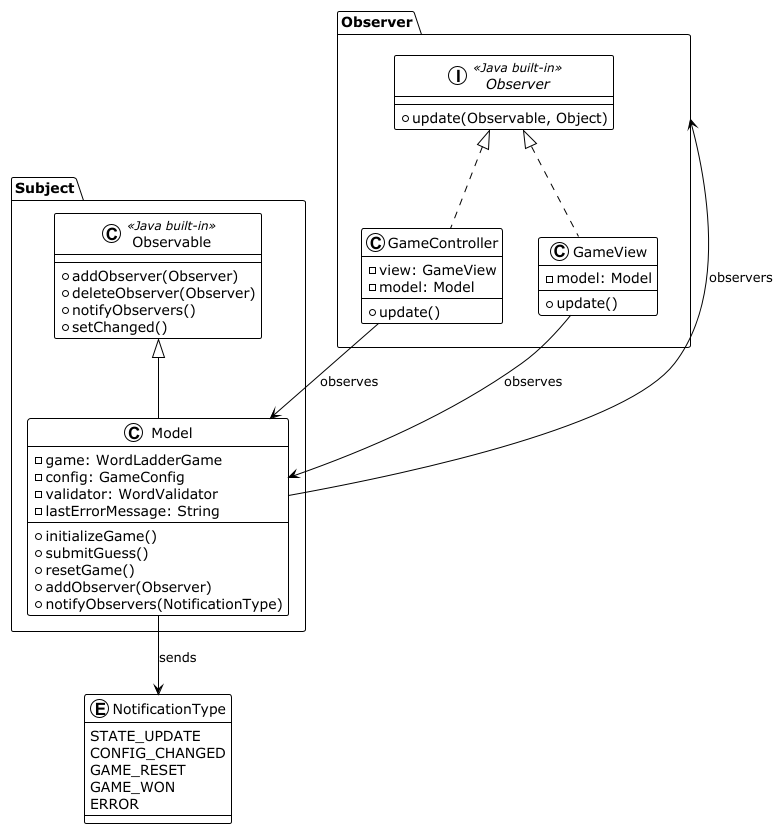
Above: src/main/class_diagram.png in Marshallwe/The-AOOP (PlantUML), before the change. The source it was exported from:
```plantuml
@startuml
!theme plain

package Subject {
class Observable <<Java built-in>> {
    + addObserver(Observer)
    + deleteObserver(Observer)
    + notifyObservers()
    + setChanged()
}

class Model {
    - game: WordLadderGame
    - config: GameConfig
    - validator: WordValidator
    - lastErrorMessage: String
    + initializeGame()
    + submitGuess()
    + resetGame()
    + addObserver(Observer)
    + notifyObservers(NotificationType)
}

Observable <|-- Model
}

package Observer {
interface Observer <<Java built-in>> {
    + update(Observable, Object)
}

class GameController {
    - view: GameView
    - model: Model
    + update()
}

class GameView {
    - model: Model
    + update()
}

Observer <|.. GameController
Observer <|.. GameView
}

Model --> Observer : observers
Model --> NotificationType : sends
GameController --> Model : observes
GameView --> Model : observes

enum NotificationType {
    STATE_UPDATE
    CONFIG_CHANGED
    GAME_RESET
    GAME_WON
    ERROR
}

@enduml
```
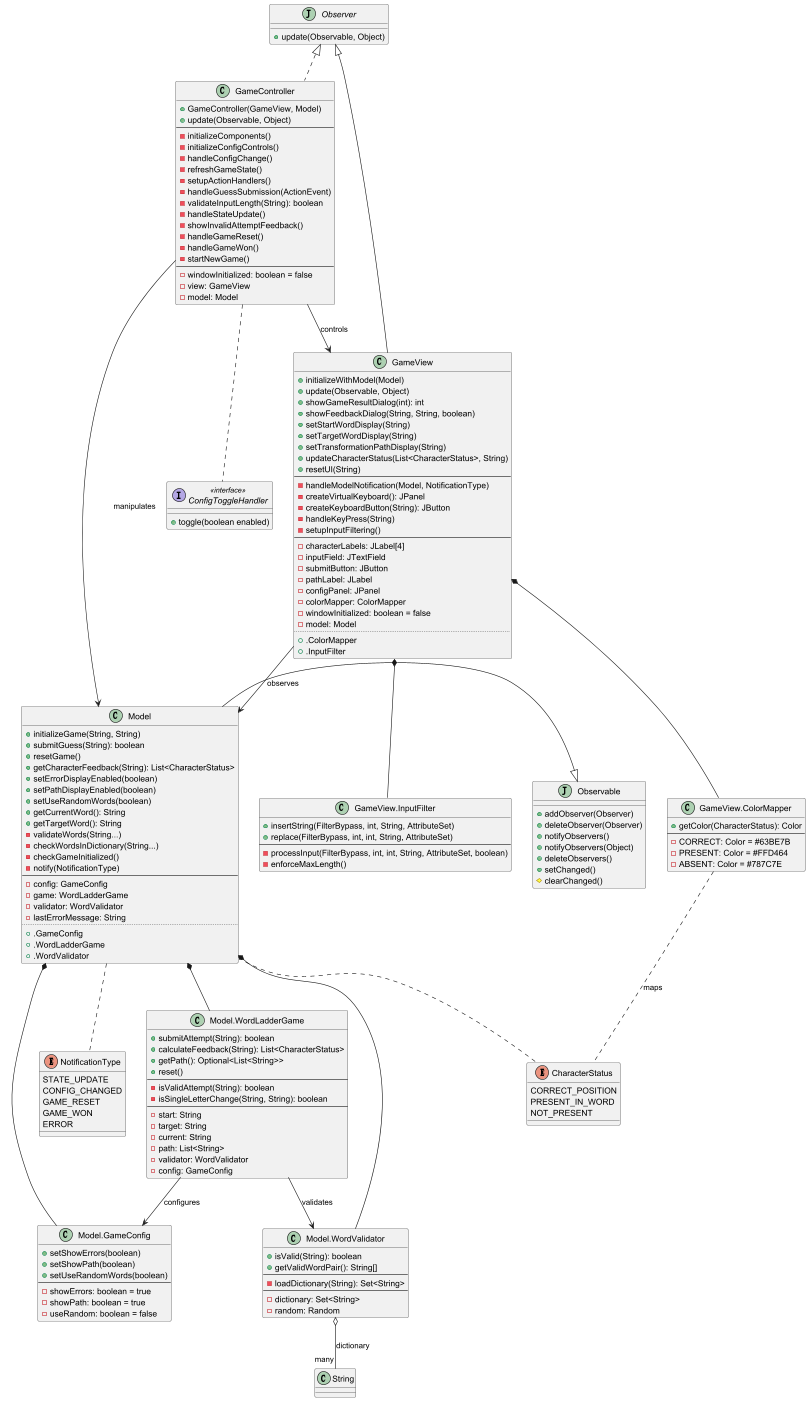
Above is the later version.

Commit message:
class diagram

Diff of the diagram source:
```diff
@@ -1,53 +1,169 @@
 @startuml
-!theme plain
-
-package Subject {
-class Observable <<Java built-in>> {
+class Observable <<(J,#ADD1B2)>> {
     + addObserver(Observer)
     + deleteObserver(Observer)
     + notifyObservers()
+    + notifyObservers(Object)
+    + deleteObservers()
     + setChanged()
+    # clearChanged()
+}
+
+interface Observer <<(J,#ADD1B2)>> {
+    + update(Observable, Object)
 }
 
 class Model {
+    + initializeGame(String, String)
+    + submitGuess(String): boolean
+    + resetGame()
+    + getCharacterFeedback(String): List<CharacterStatus>
+    + setErrorDisplayEnabled(boolean)
+    + setPathDisplayEnabled(boolean)
+    + setUseRandomWords(boolean)
+    + getCurrentWord(): String
+    + getTargetWord(): String
+    - validateWords(String...)
+    - checkWordsInDictionary(String...)
+    - checkGameInitialized()
+    - notify(NotificationType)
+    --
+    - config: GameConfig
     - game: WordLadderGame
-    - config: GameConfig
     - validator: WordValidator
     - lastErrorMessage: String
-    + initializeGame()
-    + submitGuess()
-    + resetGame()
-    + addObserver(Observer)
-    + notifyObservers(NotificationType)
+    ..
+    + .GameConfig
+    + .WordLadderGame
+    + .WordValidator
 }
 
-Observable <|-- Model
+class "Model.GameConfig" as Model_GameConfig {
+    + setShowErrors(boolean)
+    + setShowPath(boolean)
+    + setUseRandomWords(boolean)
+    --
+    - showErrors: boolean = true
+    - showPath: boolean = true
+    - useRandom: boolean = false
 }
 
-package Observer {
-interface Observer <<Java built-in>> {
-    + update(Observable, Object)
+class "Model.WordLadderGame" as Model_WordLadderGame {
+    + submitAttempt(String): boolean
+    + calculateFeedback(String): List<CharacterStatus>
+    + getPath(): Optional<List<String>>
+    + reset()
+    --
+    - isValidAttempt(String): boolean
+    - isSingleLetterChange(String, String): boolean
+    --
+    - start: String
+    - target: String
+    - current: String
+    - path: List<String>
+    - validator: WordValidator
+    - config: GameConfig
 }
 
+class "Model.WordValidator" as Model_WordValidator {
+    + isValid(String): boolean
+    + getValidWordPair(): String[]
+    --
+    - loadDictionary(String): Set<String>
+    --
+    - dictionary: Set<String>
+    - random: Random
+}
+
+Model -|> Observable
+Model *-- Model_GameConfig
+Model *-- Model_WordLadderGame
+Model *-- Model_WordValidator
+
 class GameController {
+    + GameController(GameView, Model)
+    + update(Observable, Object)
+    --
+    - initializeComponents()
+    - initializeConfigControls()
+    - handleConfigChange()
+    - refreshGameState()
+    - setupActionHandlers()
+    - handleGuessSubmission(ActionEvent)
+    - validateInputLength(String): boolean
+    - handleStateUpdate()
+    - showInvalidAttemptFeedback()
+    - handleGameReset()
+    - handleGameWon()
+    - startNewGame()
+    --
+    - windowInitialized: boolean = false
     - view: GameView
     - model: Model
-    + update()
 }
 
-class GameView {
-    - model: Model
-    + update()
+interface ConfigToggleHandler <<interface>> {
+    + toggle(boolean enabled)
 }
 
-Observer <|.. GameController
-Observer <|.. GameView
+GameController .up.|> Observer
+GameController .. ConfigToggleHandler
+
+class GameView {
+    + initializeWithModel(Model)
+    + update(Observable, Object)
+    + showGameResultDialog(int): int
+    + showFeedbackDialog(String, String, boolean)
+    + setStartWordDisplay(String)
+    + setTargetWordDisplay(String)
+    + setTransformationPathDisplay(String)
+    + updateCharacterStatus(List<CharacterStatus>, String)
+    + resetUI(String)
+    --
+    - handleModelNotification(Model, NotificationType)
+    - createVirtualKeyboard(): JPanel
+    - createKeyboardButton(String): JButton
+    - handleKeyPress(String)
+    - setupInputFiltering()
+    --
+    - characterLabels: JLabel[4]
+    - inputField: JTextField
+    - submitButton: JButton
+    - pathLabel: JLabel
+    - configPanel: JPanel
+    - colorMapper: ColorMapper
+    - windowInitialized: boolean = false
+    - model: Model
+    ..
+    + .ColorMapper
+    + .InputFilter
 }
 
-Model --> Observer : observers
-Model --> NotificationType : sends
-GameController --> Model : observes
-GameView --> Model : observes
+class "GameView.ColorMapper" as GameView_ColorMapper {
+    + getColor(CharacterStatus): Color
+    --
+    - CORRECT: Color = #63BE7B
+    - PRESENT: Color = #FFD464
+    - ABSENT: Color = #787C7E
+}
+
+class "GameView.InputFilter" as GameView_InputFilter {
+    + insertString(FilterBypass, int, String, AttributeSet)
+    + replace(FilterBypass, int, int, String, AttributeSet)
+    --
+    - processInput(FilterBypass, int, int, String, AttributeSet, boolean)
+    - enforceMaxLength()
+}
+
+GameView -|> Observer
+GameView *-- GameView_ColorMapper
+GameView *-- GameView_InputFilter
+
+enum CharacterStatus {
+    CORRECT_POSITION
+    PRESENT_IN_WORD
+    NOT_PRESENT
+}
 
 enum NotificationType {
     STATE_UPDATE
@@ -57,4 +173,16 @@
     ERROR
 }
 
+Model .. CharacterStatus
+Model .. NotificationType
+
+GameController --> GameView : controls
+GameController --> Model : manipulates
+GameView --> Model : observes
+
+Model_WordLadderGame --> Model_WordValidator : validates
+Model_WordLadderGame --> Model_GameConfig : configures
+Model_WordValidator o-- "many" String : dictionary
+
+GameView_ColorMapper .. CharacterStatus : maps
 @enduml
```
